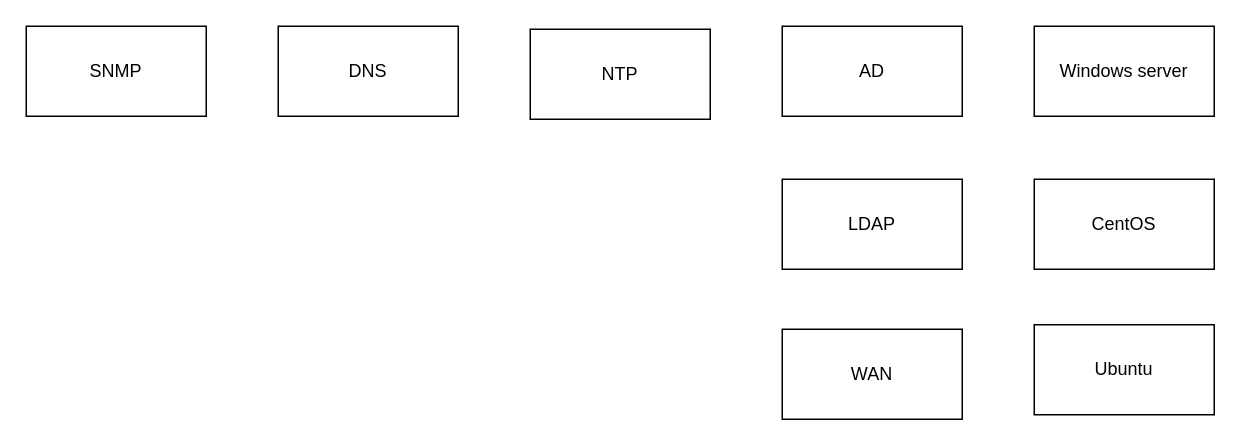
Above: ToDoPlan.drawio in kyforprogram/ccna (draw.io), before the change. Source tidied: cells renumbered, new cells numbered last; positions are measured from the earlier drawing's top-left corner, leaving out a move shared by most shapes. Both pictures are drawn from the tidied source at 150%, with x=0, y=0 at pixel (26, 26).
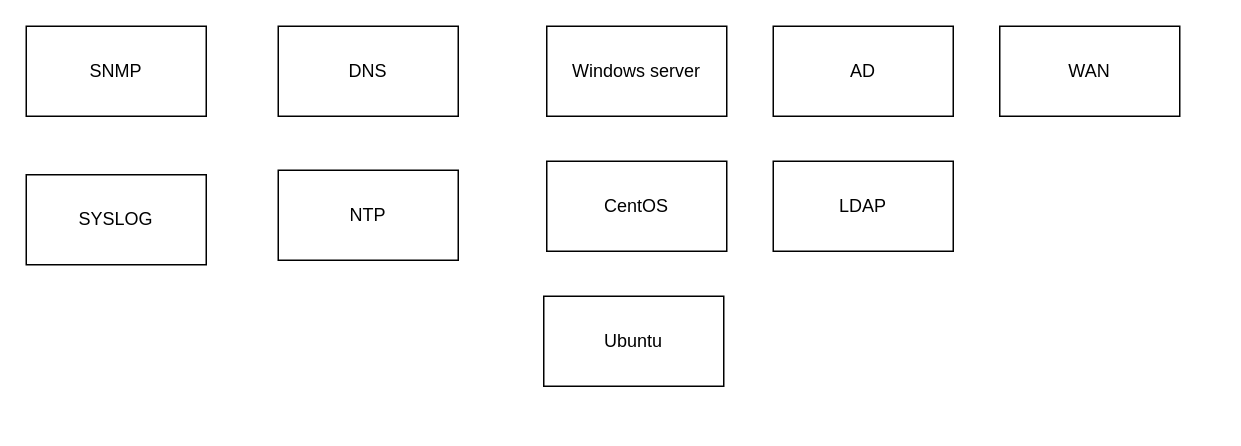
The same page after the edit.

Commit message:
ToDoPlan.drawio を更新します

Change to the diagram source:
```diff
@@
 <mxGraphModel>
   <root>
     <mxCell id="0" />
     <mxCell id="1" parent="0" />
     <mxCell id="2" value="DNS" style="whiteSpace=wrap;html=1;" parent="1" vertex="1">
       <mxGeometry x="168" width="120" height="60" as="geometry" />
     </mxCell>
     <mxCell id="3" value="NTP" style="whiteSpace=wrap;html=1;" parent="1" vertex="1">
-      <mxGeometry x="336" y="2" width="120" height="60" as="geometry" />
+      <mxGeometry x="168" y="96" width="120" height="60" as="geometry" />
     </mxCell>
     <mxCell id="4" value="SNMP" style="whiteSpace=wrap;html=1;" parent="1" vertex="1">
       <mxGeometry width="120" height="60" as="geometry" />
     </mxCell>
     <mxCell id="5" value="LDAP" style="whiteSpace=wrap;html=1;" parent="1" vertex="1">
-      <mxGeometry x="504" y="102" width="120" height="60" as="geometry" />
+      <mxGeometry x="498" y="90" width="120" height="60" as="geometry" />
     </mxCell>
     <mxCell id="6" value="Windows server" style="whiteSpace=wrap;html=1;" parent="1" vertex="1">
-      <mxGeometry x="672" width="120" height="60" as="geometry" />
+      <mxGeometry x="347" width="120" height="60" as="geometry" />
     </mxCell>
     <mxCell id="7" value="AD" style="whiteSpace=wrap;html=1;" parent="1" vertex="1">
-      <mxGeometry x="504" width="120" height="60" as="geometry" />
+      <mxGeometry x="498" width="120" height="60" as="geometry" />
     </mxCell>
     <mxCell id="8" value="CentOS" style="whiteSpace=wrap;html=1;" parent="1" vertex="1">
-      <mxGeometry x="672" y="102" width="120" height="60" as="geometry" />
+      <mxGeometry x="347" y="90" width="120" height="60" as="geometry" />
     </mxCell>
     <mxCell id="9" value="Ubuntu" style="whiteSpace=wrap;html=1;" parent="1" vertex="1">
-      <mxGeometry x="672" y="199" width="120" height="60" as="geometry" />
+      <mxGeometry x="345" y="180" width="120" height="60" as="geometry" />
     </mxCell>
     <mxCell id="10" value="WAN" style="whiteSpace=wrap;html=1;" parent="1" vertex="1">
-      <mxGeometry x="504" y="202" width="120" height="60" as="geometry" />
+      <mxGeometry x="649" width="120" height="60" as="geometry" />
     </mxCell>
+    <mxCell id="11" value="SYSLOG" style="whiteSpace=wrap;html=1;" parent="1" vertex="1">
+      <mxGeometry y="99" width="120" height="60" as="geometry" />
+    </mxCell>
   </root>
 </mxGraphModel>
```
